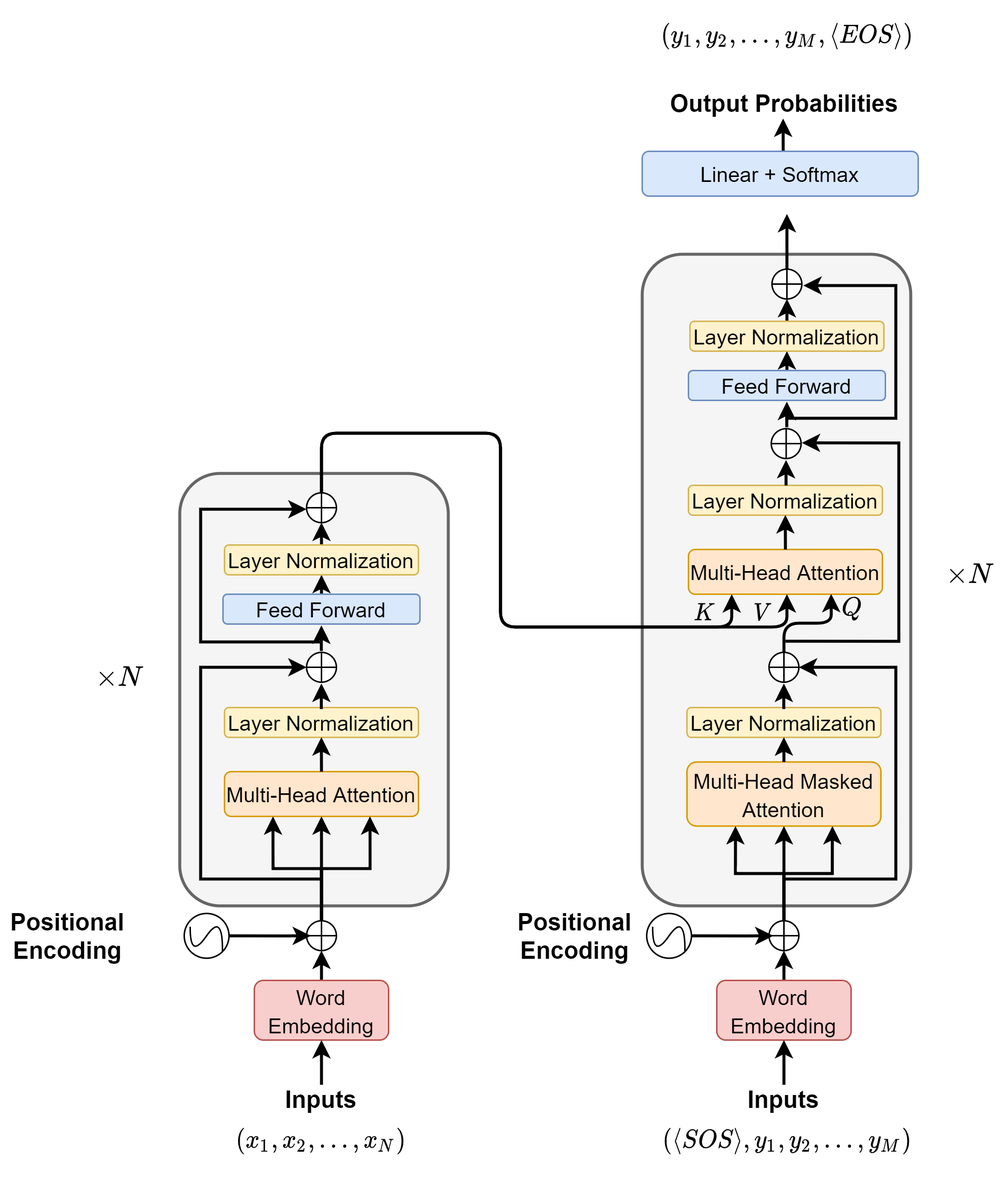
This is _images/transformer_arch.png from yangyutu/llm_book.github.io, a draw.io export, as it was before one commit. Source tidied: cells renumbered, new cells last; positions are measured from the earlier drawing's top-left corner, leaving out a move shared by most shapes.
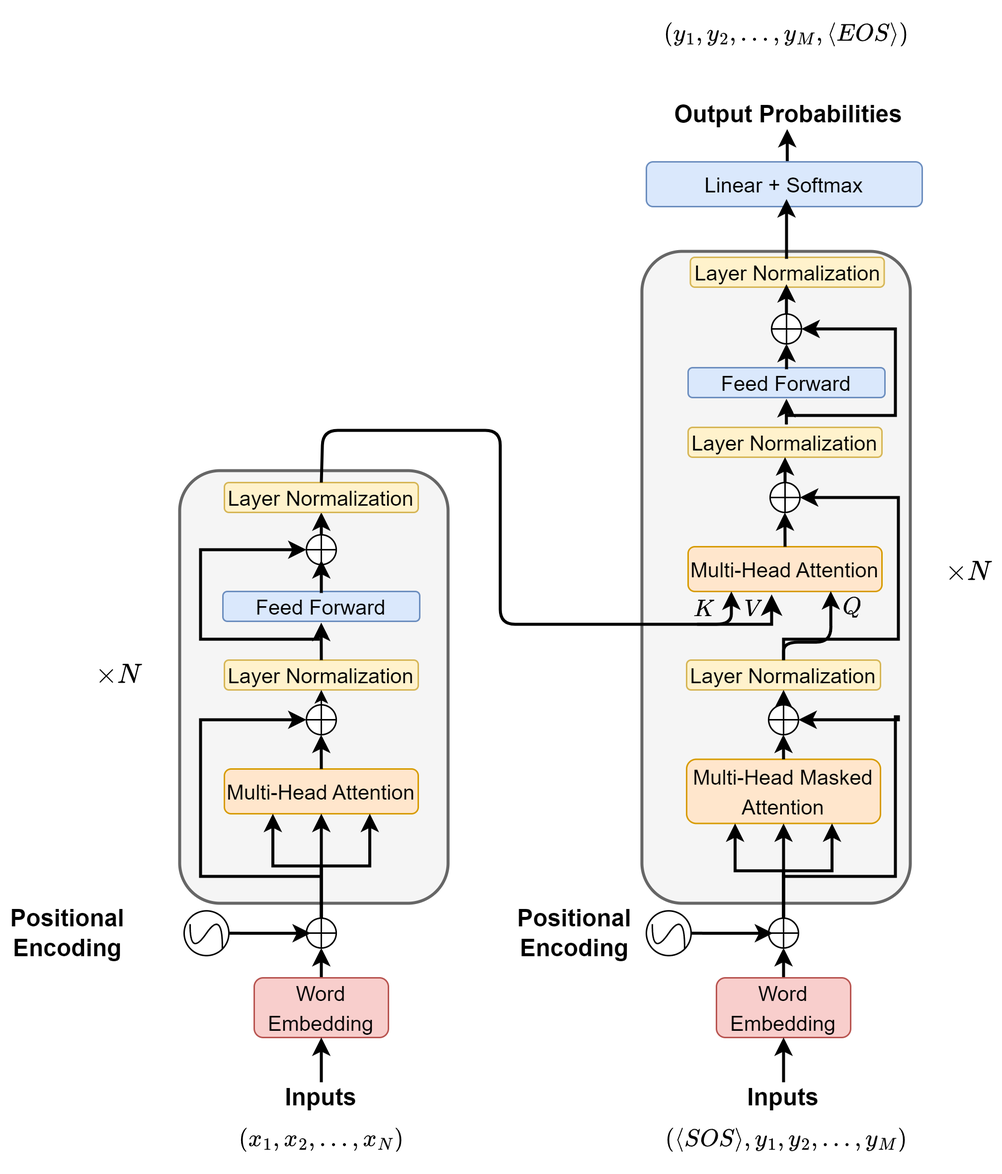
Above is the later version.

Change to the diagram source:
```diff
@@ -8,24 +8,12 @@
     <mxCell id="3" style="rounded=1;whiteSpace=wrap;html=1;fillColor=#f5f5f5;strokeColor=#666666;fontColor=#333333;strokeWidth=2;fontSize=16;" parent="1" vertex="1">
       <mxGeometry x="120" y="308" width="180" height="290" as="geometry" />
     </mxCell>
-    <mxCell id="4" style="edgeStyle=none;html=1;entryX=0.5;entryY=1;entryDx=0;entryDy=0;fontSize=14;strokeWidth=2;" parent="1" edge="1" source="5" target="27">
-      <mxGeometry relative="1" as="geometry" />
-    </mxCell>
     <mxCell id="5" value="&lt;font style=&quot;font-size: 14px&quot;&gt;Feed Forward&lt;/font&gt;" style="rounded=1;whiteSpace=wrap;html=1;fillColor=#dae8fc;strokeColor=#6c8ebf;fontSize=16;" parent="1" vertex="1">
       <mxGeometry x="149" y="389" width="132" height="20" as="geometry" />
     </mxCell>
-    <mxCell id="6" style="edgeStyle=none;html=1;entryX=0.5;entryY=1;entryDx=0;entryDy=0;fontSize=14;" parent="1" edge="1">
-      <mxGeometry relative="1" as="geometry">
-        <mxPoint x="215" y="466" as="sourcePoint" />
-        <mxPoint x="215" y="449" as="targetPoint" />
-      </mxGeometry>
-    </mxCell>
     <mxCell id="7" value="&lt;font style=&quot;font-size: 14px&quot;&gt;Layer Normalization&lt;/font&gt;" style="rounded=1;whiteSpace=wrap;html=1;fillColor=#fff2cc;strokeColor=#d6b656;fontSize=16;" parent="1" vertex="1">
-      <mxGeometry x="150" y="465" width="130" height="20" as="geometry" />
+      <mxGeometry x="150" y="435" width="130" height="20" as="geometry" />
     </mxCell>
-    <mxCell id="8" style="edgeStyle=none;html=1;entryX=0.5;entryY=1;entryDx=0;entryDy=0;fontSize=14;" parent="1" edge="1" source="9" target="7">
-      <mxGeometry relative="1" as="geometry" />
-    </mxCell>
     <mxCell id="9" value="&lt;font style=&quot;font-size: 14px&quot;&gt;Multi-Head Attention&lt;/font&gt;" style="rounded=1;whiteSpace=wrap;html=1;fillColor=#ffe6cc;strokeColor=#d79b00;fontSize=16;" parent="1" vertex="1">
       <mxGeometry x="150" y="508" width="130" height="30" as="geometry" />
     </mxCell>
@@ -85,27 +73,29 @@
         <mxPoint x="214" y="580" as="sourcePoint" />
         <Array as="points">
           <mxPoint x="134" y="580" />
-          <mxPoint x="134" y="438" />
+          <mxPoint x="134" y="475" />
         </Array>
       </mxGeometry>
     </mxCell>
     <mxCell id="24" value="$$\times N$$" style="text;html=1;strokeColor=none;fillColor=none;align=center;verticalAlign=middle;whiteSpace=wrap;rounded=0;fontSize=16;" parent="1" vertex="1">
       <mxGeometry x="60" y="435" width="40" height="20" as="geometry" />
     </mxCell>
+    <mxCell id="84" style="edgeStyle=none;html=1;entryX=0.5;entryY=1;entryDx=0;entryDy=0;" parent="1" edge="1" source="25" target="7">
+      <mxGeometry relative="1" as="geometry" />
+    </mxCell>
     <mxCell id="25" style="shape=orEllipse;perimeter=ellipsePerimeter;whiteSpace=wrap;html=1;backgroundOutline=1;fontSize=16;" parent="1" vertex="1">
-      <mxGeometry x="205" y="428" width="20" height="20" as="geometry" />
+      <mxGeometry x="205" y="465" width="20" height="20" as="geometry" />
     </mxCell>
-    <mxCell id="26" style="edgeStyle=none;html=1;entryX=0.5;entryY=1;entryDx=0;entryDy=0;fontSize=14;strokeWidth=2;" parent="1" edge="1">
+    <mxCell id="26" style="edgeStyle=none;html=1;entryX=0.5;entryY=1;entryDx=0;entryDy=0;fontSize=14;strokeWidth=2;" parent="1" edge="1" target="27">
       <mxGeometry relative="1" as="geometry">
         <mxPoint x="215" y="358" as="sourcePoint" />
-        <mxPoint x="215" y="341" as="targetPoint" />
       </mxGeometry>
     </mxCell>
     <mxCell id="27" value="&lt;font style=&quot;font-size: 14px&quot;&gt;Layer Normalization&lt;/font&gt;" style="rounded=1;whiteSpace=wrap;html=1;fillColor=#fff2cc;strokeColor=#d6b656;fontSize=16;" parent="1" vertex="1">
-      <mxGeometry x="150" y="356" width="130" height="20" as="geometry" />
+      <mxGeometry x="150" y="316" width="130" height="20" as="geometry" />
     </mxCell>
     <mxCell id="28" style="shape=orEllipse;perimeter=ellipsePerimeter;whiteSpace=wrap;html=1;backgroundOutline=1;fontSize=16;" parent="1" vertex="1">
-      <mxGeometry x="205" y="321" width="20" height="20" as="geometry" />
+      <mxGeometry x="205" y="351" width="20" height="20" as="geometry" />
     </mxCell>
     <mxCell id="29" style="edgeStyle=none;html=1;entryX=0.5;entryY=1;entryDx=0;entryDy=0;fontSize=14;" parent="1" edge="1">
       <mxGeometry relative="1" as="geometry">
@@ -113,52 +103,31 @@
         <mxPoint x="215" y="410" as="targetPoint" />
       </mxGeometry>
     </mxCell>
-    <mxCell id="30" style="edgeStyle=orthogonalEdgeStyle;rounded=0;orthogonalLoop=1;jettySize=auto;html=1;endArrow=classic;endFill=1;strokeWidth=2;fontSize=16;" parent="1" edge="1">
+    <mxCell id="30" style="edgeStyle=orthogonalEdgeStyle;rounded=0;jettySize=auto;html=1;endArrow=classic;endFill=1;strokeWidth=2;fontSize=16;entryX=0;entryY=0.5;entryDx=0;entryDy=0;" parent="1" edge="1" target="28">
       <mxGeometry relative="1" as="geometry">
         <mxPoint x="214" y="421" as="sourcePoint" />
-        <mxPoint x="205" y="332" as="targetPoint" />
         <Array as="points">
-          <mxPoint x="214" y="421" />
           <mxPoint x="134" y="421" />
-          <mxPoint x="134" y="332" />
+          <mxPoint x="134" y="361" />
         </Array>
       </mxGeometry>
     </mxCell>
-    <mxCell id="31" style="edgeStyle=none;html=1;entryX=0.5;entryY=1;entryDx=0;entryDy=0;fontSize=14;strokeWidth=2;" parent="1" edge="1">
-      <mxGeometry relative="1" as="geometry">
-        <mxPoint x="214.9" y="466" as="sourcePoint" />
-        <mxPoint x="214.9" y="449" as="targetPoint" />
-      </mxGeometry>
-    </mxCell>
     <mxCell id="32" style="edgeStyle=none;html=1;entryX=0.5;entryY=1;entryDx=0;entryDy=0;fontSize=14;strokeWidth=2;exitX=0.5;exitY=0;exitDx=0;exitDy=0;" parent="1" edge="1" source="9">
       <mxGeometry relative="1" as="geometry">
         <mxPoint x="214.9" y="485" as="targetPoint" />
       </mxGeometry>
     </mxCell>
-    <mxCell id="33" style="edgeStyle=none;html=1;entryX=0.5;entryY=1;entryDx=0;entryDy=0;fontSize=14;strokeWidth=2;" parent="1" edge="1">
+    <mxCell id="33" style="edgeStyle=none;html=1;entryX=0.5;entryY=1;entryDx=0;entryDy=0;fontSize=14;strokeWidth=2;exitX=0.5;exitY=0;exitDx=0;exitDy=0;" parent="1" edge="1" source="7">
       <mxGeometry relative="1" as="geometry">
-        <mxPoint x="214.9" y="427" as="sourcePoint" />
         <mxPoint x="214.9" y="410" as="targetPoint" />
       </mxGeometry>
     </mxCell>
-    <mxCell id="34" style="edgeStyle=none;html=1;entryX=0.5;entryY=1;entryDx=0;entryDy=0;fontSize=14;strokeWidth=2;" parent="1" edge="1" source="35" target="60">
-      <mxGeometry relative="1" as="geometry" />
-    </mxCell>
     <mxCell id="35" value="&lt;font style=&quot;font-size: 14px&quot;&gt;Feed Forward&lt;/font&gt;" style="rounded=1;whiteSpace=wrap;html=1;fillColor=#dae8fc;strokeColor=#6c8ebf;fontSize=16;" parent="1" vertex="1">
       <mxGeometry x="461" y="239" width="132" height="20" as="geometry" />
     </mxCell>
-    <mxCell id="36" style="edgeStyle=none;html=1;entryX=0.5;entryY=1;entryDx=0;entryDy=0;fontSize=14;" parent="1" edge="1">
-      <mxGeometry relative="1" as="geometry">
-        <mxPoint x="525" y="466" as="sourcePoint" />
-        <mxPoint x="525" y="449" as="targetPoint" />
-      </mxGeometry>
-    </mxCell>
     <mxCell id="37" value="&lt;font style=&quot;font-size: 14px&quot;&gt;Layer Normalization&lt;/font&gt;" style="rounded=1;whiteSpace=wrap;html=1;fillColor=#fff2cc;strokeColor=#d6b656;fontSize=16;" parent="1" vertex="1">
-      <mxGeometry x="460" y="465" width="130" height="20" as="geometry" />
+      <mxGeometry x="460" y="435" width="130" height="20" as="geometry" />
     </mxCell>
-    <mxCell id="38" style="edgeStyle=none;html=1;entryX=0.5;entryY=1;entryDx=0;entryDy=0;fontSize=14;" parent="1" edge="1" source="39" target="37">
-      <mxGeometry relative="1" as="geometry" />
-    </mxCell>
     <mxCell id="39" value="&lt;font style=&quot;font-size: 14px&quot;&gt;Multi-Head Masked Attention&lt;/font&gt;" style="rounded=1;whiteSpace=wrap;html=1;fillColor=#ffe6cc;strokeColor=#d79b00;fontSize=16;" parent="1" vertex="1">
       <mxGeometry x="460" y="501.5" width="130" height="43" as="geometry" />
     </mxCell>
@@ -218,7 +187,9 @@
         <mxPoint x="524" y="580" as="sourcePoint" />
         <Array as="points">
           <mxPoint x="600" y="580" />
-          <mxPoint x="600" y="438" />
+          <mxPoint x="600" y="473" />
+          <mxPoint x="602" y="473" />
+          <mxPoint x="602" y="475" />
         </Array>
       </mxGeometry>
     </mxCell>
@@ -227,36 +198,39 @@
     </mxCell>
     <mxCell id="55" style="edgeStyle=none;html=1;entryX=0.485;entryY=1;entryDx=0;entryDy=0;entryPerimeter=0;fontSize=14;strokeWidth=2;" parent="1" edge="1">
       <mxGeometry relative="1" as="geometry">
-        <mxPoint x="524.5" y="92" as="sourcePoint" />
-        <mxPoint x="524.4" y="70" as="targetPoint" />
+        <mxPoint x="527.5" y="101" as="sourcePoint" />
+        <mxPoint x="527.4" y="79" as="targetPoint" />
       </mxGeometry>
     </mxCell>
     <mxCell id="56" value="&lt;font style=&quot;font-size: 14px&quot;&gt;Linear + Softmax&lt;/font&gt;" style="rounded=1;whiteSpace=wrap;html=1;fillColor=#dae8fc;strokeColor=#6c8ebf;fontSize=16;" parent="1" vertex="1">
-      <mxGeometry x="430" y="92" width="185" height="30" as="geometry" />
+      <mxGeometry x="433" y="101" width="185" height="30" as="geometry" />
     </mxCell>
     <mxCell id="57" value="Output Probabilities" style="text;html=1;align=center;verticalAlign=middle;fillColor=none;strokeColor=none;rounded=0;fontSize=16;fontStyle=1;" parent="1" vertex="1">
-      <mxGeometry x="440" y="50" width="170" height="20" as="geometry" />
+      <mxGeometry x="443" y="59" width="170" height="20" as="geometry" />
     </mxCell>
+    <mxCell id="85" style="edgeStyle=orthogonalEdgeStyle;curved=1;html=1;entryX=0.5;entryY=1;entryDx=0;entryDy=0;strokeWidth=2;" parent="1" edge="1" source="58" target="37">
+      <mxGeometry relative="1" as="geometry" />
+    </mxCell>
     <mxCell id="58" style="shape=orEllipse;perimeter=ellipsePerimeter;whiteSpace=wrap;html=1;backgroundOutline=1;fontSize=16;" parent="1" vertex="1">
-      <mxGeometry x="515" y="428" width="20" height="20" as="geometry" />
+      <mxGeometry x="515" y="465" width="20" height="20" as="geometry" />
     </mxCell>
     <mxCell id="59" style="edgeStyle=none;html=1;entryX=0.5;entryY=1;entryDx=0;entryDy=0;fontSize=14;strokeWidth=2;" parent="1" edge="1">
       <mxGeometry relative="1" as="geometry">
-        <mxPoint x="527" y="208" as="sourcePoint" />
-        <mxPoint x="527" y="191" as="targetPoint" />
+        <mxPoint x="527" y="240" as="sourcePoint" />
+        <mxPoint x="527" y="223" as="targetPoint" />
       </mxGeometry>
     </mxCell>
     <mxCell id="60" value="&lt;font style=&quot;font-size: 14px&quot;&gt;Layer Normalization&lt;/font&gt;" style="rounded=1;whiteSpace=wrap;html=1;fillColor=#fff2cc;strokeColor=#d6b656;fontSize=16;" parent="1" vertex="1">
-      <mxGeometry x="462" y="206" width="130" height="20" as="geometry" />
+      <mxGeometry x="462.5" y="165" width="130" height="20" as="geometry" />
     </mxCell>
-    <mxCell id="61" style="edgeStyle=none;html=1;fontSize=14;entryX=0.5;entryY=1;entryDx=0;entryDy=0;strokeWidth=2;" parent="1" edge="1">
+    <mxCell id="61" style="edgeStyle=none;html=1;fontSize=14;strokeWidth=2;" parent="1" edge="1">
       <mxGeometry relative="1" as="geometry">
-        <mxPoint x="527" y="174" as="sourcePoint" />
-        <mxPoint x="527" y="134" as="targetPoint" />
+        <mxPoint x="527" y="166" as="sourcePoint" />
+        <mxPoint x="527" y="126" as="targetPoint" />
       </mxGeometry>
     </mxCell>
     <mxCell id="62" style="shape=orEllipse;perimeter=ellipsePerimeter;whiteSpace=wrap;html=1;backgroundOutline=1;fontSize=16;" parent="1" vertex="1">
-      <mxGeometry x="517" y="171" width="20" height="20" as="geometry" />
+      <mxGeometry x="517" y="203" width="20" height="20" as="geometry" />
     </mxCell>
     <mxCell id="63" style="edgeStyle=none;html=1;entryX=0.5;entryY=1;entryDx=0;entryDy=0;fontSize=14;" parent="1" edge="1">
       <mxGeometry relative="1" as="geometry">
@@ -264,22 +238,15 @@
         <mxPoint x="527" y="260" as="targetPoint" />
       </mxGeometry>
     </mxCell>
-    <mxCell id="64" style="edgeStyle=orthogonalEdgeStyle;rounded=0;orthogonalLoop=1;jettySize=auto;html=1;endArrow=classic;endFill=1;strokeWidth=2;fontSize=16;" parent="1" edge="1">
+    <mxCell id="64" style="edgeStyle=orthogonalEdgeStyle;rounded=0;jettySize=auto;html=1;endArrow=classic;endFill=1;strokeWidth=2;fontSize=16;entryX=1;entryY=0.5;entryDx=0;entryDy=0;" parent="1" edge="1" target="62">
       <mxGeometry relative="1" as="geometry">
         <mxPoint x="526" y="271" as="sourcePoint" />
-        <mxPoint x="538" y="182" as="targetPoint" />
         <Array as="points">
           <mxPoint x="600" y="271" />
-          <mxPoint x="600" y="182" />
+          <mxPoint x="600" y="213" />
         </Array>
       </mxGeometry>
     </mxCell>
-    <mxCell id="65" style="edgeStyle=none;html=1;entryX=0.5;entryY=1;entryDx=0;entryDy=0;fontSize=14;strokeWidth=2;" parent="1" edge="1">
-      <mxGeometry relative="1" as="geometry">
-        <mxPoint x="524.9" y="466" as="sourcePoint" />
-        <mxPoint x="524.9" y="449" as="targetPoint" />
-      </mxGeometry>
-    </mxCell>
     <mxCell id="66" style="edgeStyle=none;html=1;entryX=0.5;entryY=1;entryDx=0;entryDy=0;fontSize=14;strokeWidth=2;exitX=0.5;exitY=0;exitDx=0;exitDy=0;" parent="1" edge="1" source="39">
       <mxGeometry relative="1" as="geometry">
         <mxPoint x="524.9" y="485" as="targetPoint" />
@@ -301,11 +268,8 @@
       <mxGeometry x="499.5" width="55" height="30" as="geometry" />
     </mxCell>
     <mxCell id="71" value="&lt;font style=&quot;font-size: 14px&quot;&gt;Layer Normalization&lt;/font&gt;" style="rounded=1;whiteSpace=wrap;html=1;fillColor=#fff2cc;strokeColor=#d6b656;fontSize=16;" parent="1" vertex="1">
-      <mxGeometry x="461" y="316" width="130" height="20" as="geometry" />
+      <mxGeometry x="461" y="279" width="130" height="20" as="geometry" />
     </mxCell>
-    <mxCell id="72" style="edgeStyle=none;html=1;entryX=0.5;entryY=1;entryDx=0;entryDy=0;fontSize=14;" parent="1" edge="1" source="73" target="71">
-      <mxGeometry relative="1" as="geometry" />
-    </mxCell>
     <mxCell id="73" value="&lt;font style=&quot;font-size: 14px&quot;&gt;Multi-Head Attention&lt;/font&gt;" style="rounded=1;whiteSpace=wrap;html=1;fillColor=#ffe6cc;strokeColor=#d79b00;fontSize=16;" parent="1" vertex="1">
       <mxGeometry x="461" y="359" width="130" height="30" as="geometry" />
     </mxCell>
@@ -314,49 +278,38 @@
         <mxPoint x="525.9" y="336" as="targetPoint" />
       </mxGeometry>
     </mxCell>
-    <mxCell id="75" style="edgeStyle=orthogonalEdgeStyle;html=1;fontSize=14;strokeWidth=2;exitX=0.5;exitY=0;exitDx=0;exitDy=0;" parent="1" edge="1" source="28">
-      <mxGeometry relative="1" as="geometry">
-        <mxPoint x="527" y="389" as="targetPoint" />
-        <Array as="points">
-          <mxPoint x="215" y="281" />
-          <mxPoint x="335" y="281" />
-          <mxPoint x="335" y="411" />
-          <mxPoint x="527" y="411" />
-        </Array>
-      </mxGeometry>
-    </mxCell>
-    <mxCell id="76" style="edgeStyle=orthogonalEdgeStyle;html=1;fontSize=14;strokeWidth=2;exitX=0.5;exitY=0;exitDx=0;exitDy=0;" parent="1" edge="1">
+    <mxCell id="76" style="edgeStyle=orthogonalEdgeStyle;html=1;fontSize=14;strokeWidth=2;exitX=0.5;exitY=0;exitDx=0;exitDy=0;" parent="1" edge="1" source="27">
       <mxGeometry relative="1" as="geometry">
-        <mxPoint x="215" y="321" as="sourcePoint" />
         <mxPoint x="490" y="389" as="targetPoint" />
         <Array as="points">
-          <mxPoint x="215" y="281" />
+          <mxPoint x="216" y="281" />
           <mxPoint x="335" y="281" />
           <mxPoint x="335" y="411" />
           <mxPoint x="490" y="411" />
-          <mxPoint x="490" y="389" />
         </Array>
       </mxGeometry>
     </mxCell>
-    <mxCell id="77" style="endArrow=classic;html=1;fontSize=14;exitX=0.5;exitY=0;exitDx=0;exitDy=0;entryX=0.736;entryY=0.994;entryDx=0;entryDy=0;entryPerimeter=0;edgeStyle=orthogonalEdgeStyle;strokeWidth=2;" parent="1" edge="1" source="58" target="73">
-      <mxGeometry relative="1" as="geometry" />
+    <mxCell id="77" style="endArrow=classic;html=1;fontSize=14;exitX=0.5;exitY=0;exitDx=0;exitDy=0;entryX=0.736;entryY=0.994;entryDx=0;entryDy=0;entryPerimeter=0;edgeStyle=orthogonalEdgeStyle;strokeWidth=2;" parent="1" edge="1" source="37" target="73">
+      <mxGeometry relative="1" as="geometry">
+        <Array as="points">
+          <mxPoint x="525" y="435" />
+          <mxPoint x="525" y="423" />
+          <mxPoint x="557" y="423" />
+        </Array>
+      </mxGeometry>
     </mxCell>
+    <mxCell id="86" style="edgeStyle=orthogonalEdgeStyle;curved=1;html=1;entryX=0.5;entryY=1;entryDx=0;entryDy=0;strokeWidth=2;" parent="1" edge="1" source="78" target="71">
+      <mxGeometry relative="1" as="geometry" />
+    </mxCell>
     <mxCell id="78" style="shape=orEllipse;perimeter=ellipsePerimeter;whiteSpace=wrap;html=1;backgroundOutline=1;fontSize=16;" parent="1" vertex="1">
-      <mxGeometry x="516.5" y="278" width="20" height="20" as="geometry" />
+      <mxGeometry x="516" y="316" width="20" height="20" as="geometry" />
     </mxCell>
-    <mxCell id="79" style="edgeStyle=none;html=1;entryX=0.5;entryY=1;entryDx=0;entryDy=0;fontSize=14;strokeWidth=2;" parent="1" edge="1">
-      <mxGeometry relative="1" as="geometry">
-        <mxPoint x="526.4" y="316" as="sourcePoint" />
-        <mxPoint x="526.4" y="299" as="targetPoint" />
-      </mxGeometry>
-    </mxCell>
-    <mxCell id="80" style="edgeStyle=orthogonalEdgeStyle;rounded=0;orthogonalLoop=1;jettySize=auto;html=1;entryX=1;entryY=0.5;entryDx=0;entryDy=0;endArrow=classic;endFill=1;strokeWidth=2;fontSize=16;" parent="1" edge="1">
+    <mxCell id="80" style="edgeStyle=orthogonalEdgeStyle;rounded=0;jettySize=auto;html=1;entryX=1;entryY=0.5;entryDx=0;entryDy=0;endArrow=classic;endFill=1;strokeWidth=2;fontSize=16;exitX=0.5;exitY=0;exitDx=0;exitDy=0;" parent="1" edge="1" source="37" target="78">
       <mxGeometry relative="1" as="geometry">
-        <mxPoint x="526" y="420.5" as="sourcePoint" />
-        <mxPoint x="537" y="287.5" as="targetPoint" />
         <Array as="points">
-          <mxPoint x="602" y="420.5" />
-          <mxPoint x="602" y="287.5" />
+          <mxPoint x="525" y="421" />
+          <mxPoint x="602" y="421" />
+          <mxPoint x="602" y="326" />
         </Array>
       </mxGeometry>
     </mxCell>
@@ -364,10 +317,32 @@
       <mxGeometry x="442" y="386" width="60" height="30" as="geometry" />
     </mxCell>
     <mxCell id="82" value="$$V$$" style="text;html=1;strokeColor=none;fillColor=none;align=center;verticalAlign=middle;whiteSpace=wrap;rounded=0;fontSize=14;" parent="1" vertex="1">
-      <mxGeometry x="481" y="386" width="60" height="30" as="geometry" />
+      <mxGeometry x="475" y="386" width="60" height="30" as="geometry" />
     </mxCell>
     <mxCell id="83" value="$$Q$$" style="text;html=1;strokeColor=none;fillColor=none;align=center;verticalAlign=middle;whiteSpace=wrap;rounded=0;fontSize=14;" parent="1" vertex="1">
       <mxGeometry x="541" y="384" width="60" height="30" as="geometry" />
     </mxCell>
+    <mxCell id="87" style="edgeStyle=none;html=1;entryX=0.5;entryY=1;entryDx=0;entryDy=0;fontSize=14;strokeWidth=2;" parent="1" edge="1">
+      <mxGeometry relative="1" as="geometry">
+        <mxPoint x="215" y="390" as="sourcePoint" />
+        <mxPoint x="215" y="368" as="targetPoint" />
+      </mxGeometry>
+    </mxCell>
+    <mxCell id="88" style="edgeStyle=segmentEdgeStyle;endArrow=classic;html=1;curved=0;rounded=0;endSize=8;startSize=8;strokeWidth=2;" parent="1" edge="1">
+      <mxGeometry relative="1" as="geometry">
+        <mxPoint x="467" y="411" as="sourcePoint" />
+        <mxPoint x="517" y="391" as="targetPoint" />
+        <Array as="points">
+          <mxPoint x="467" y="411" />
+          <mxPoint x="517" y="411" />
+        </Array>
+      </mxGeometry>
+    </mxCell>
+    <mxCell id="89" style="endArrow=classic;html=1;strokeWidth=2;curved=1;" parent="1" edge="1">
+      <mxGeometry relative="1" as="geometry">
+        <mxPoint x="526.9" y="203" as="sourcePoint" />
+        <mxPoint x="526.9" y="183" as="targetPoint" />
+      </mxGeometry>
+    </mxCell>
   </root>
 </mxGraphModel>
```
